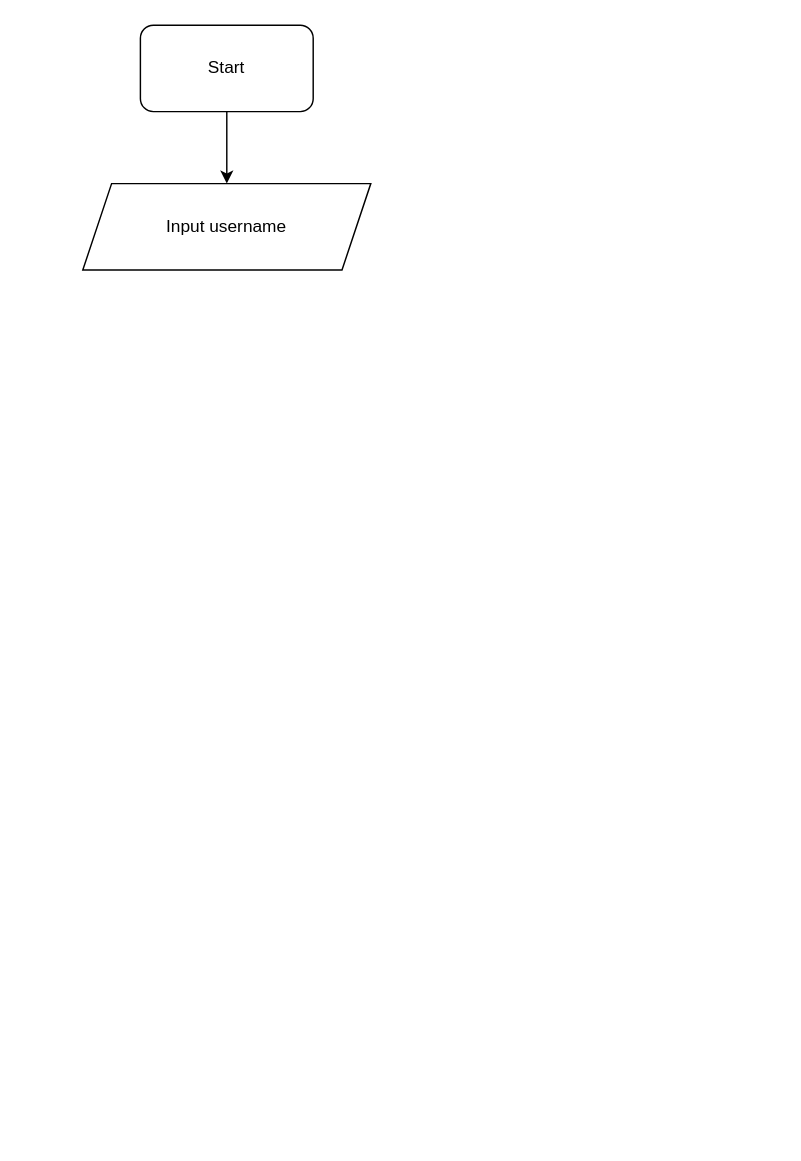
Before: page "Log in" (2 of 2) of Untitled Diagram.drawio in Mydiman/SBA_6C_03, a draw.io diagram. Source tidied: cells renumbered, new cells numbered last; positions are measured from the earlier drawing's top-left corner, leaving out a move shared by most shapes. Both pictures are drawn from the tidied source at 144%, with x=0, y=0 at pixel (82, 24).
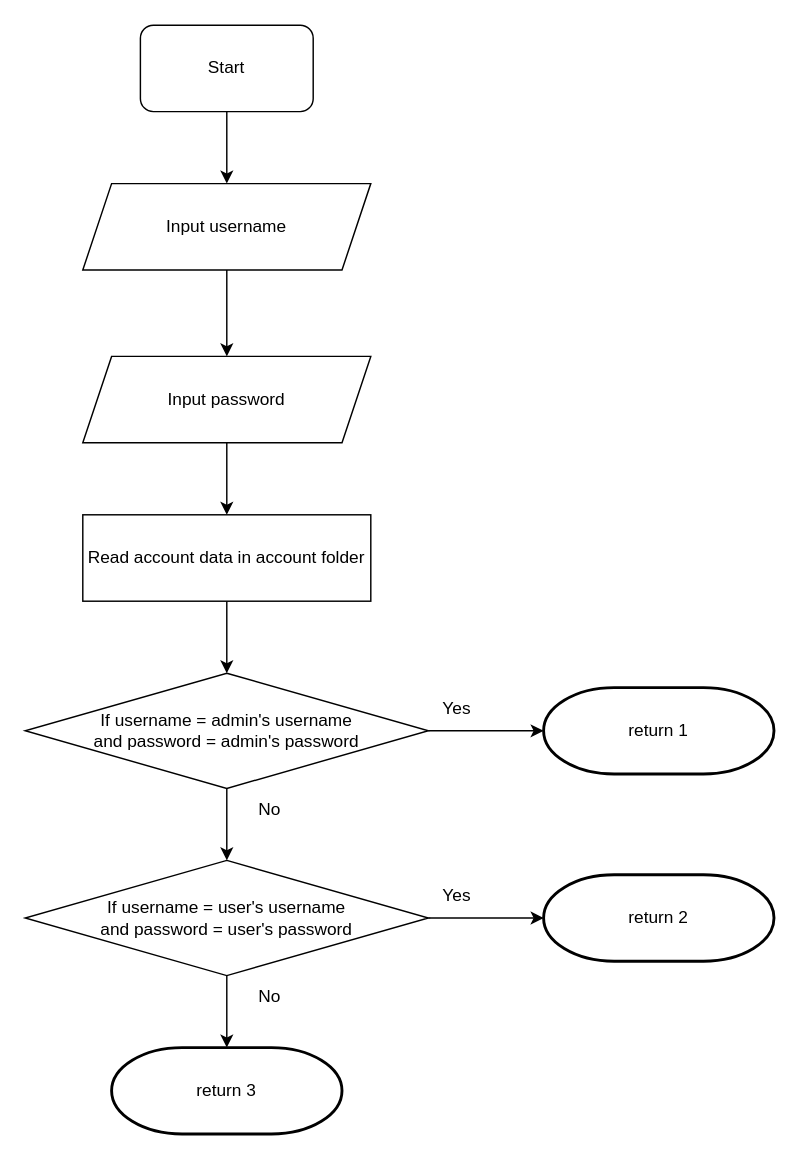
The same page after the edit.

The change refers to these unchanged cells:
```xml
<mxCell id="4" value="Input username" style="shape=parallelogram;perimeter=parallelogramPerimeter;whiteSpace=wrap;html=1;fixedSize=1;" parent="1" vertex="1">
  <mxGeometry y="110" width="200" height="60" as="geometry" />
</mxCell>
```

What changed in the source:
```diff
@@
+    <mxCell id="5" style="edgeStyle=orthogonalEdgeStyle;rounded=0;jettySize=auto;html=1;" parent="1" edge="1" source="4" target="7">
+      <mxGeometry relative="1" as="geometry" />
+    </mxCell>
@@
+    <mxCell id="6" style="edgeStyle=orthogonalEdgeStyle;rounded=0;jettySize=auto;html=1;" parent="1" edge="1" source="7" target="9">
+      <mxGeometry relative="1" as="geometry" />
+    </mxCell>
+    <mxCell id="7" value="Input password" style="shape=parallelogram;perimeter=parallelogramPerimeter;whiteSpace=wrap;html=1;fixedSize=1;" parent="1" vertex="1">
+      <mxGeometry y="230" width="200" height="60" as="geometry" />
+    </mxCell>
+    <mxCell id="8" style="edgeStyle=orthogonalEdgeStyle;rounded=0;jettySize=auto;html=1;" parent="1" edge="1" source="9" target="12">
+      <mxGeometry relative="1" as="geometry" />
+    </mxCell>
+    <mxCell id="9" value="Read account data in account folder" style="rounded=0;whiteSpace=wrap;html=1;" parent="1" vertex="1">
+      <mxGeometry y="340" width="200" height="60" as="geometry" />
+    </mxCell>
+    <mxCell id="10" style="edgeStyle=orthogonalEdgeStyle;rounded=0;jettySize=auto;html=1;" parent="1" edge="1" source="12" target="13">
+      <mxGeometry relative="1" as="geometry" />
+    </mxCell>
+    <mxCell id="11" style="edgeStyle=orthogonalEdgeStyle;rounded=0;jettySize=auto;html=1;" parent="1" edge="1" source="12" target="15">
+      <mxGeometry relative="1" as="geometry" />
+    </mxCell>
+    <mxCell id="12" value="If username = admin's username&lt;br&gt;and password = admin's password" style="rhombus;whiteSpace=wrap;html=1;" parent="1" vertex="1">
+      <mxGeometry x="-40" y="450" width="280" height="80" as="geometry" />
+    </mxCell>
+    <mxCell id="13" value="return 1" style="strokeWidth=2;html=1;shape=mxgraph.flowchart.terminator;whiteSpace=wrap;" parent="1" vertex="1">
+      <mxGeometry x="320" y="460" width="160" height="60" as="geometry" />
+    </mxCell>
+    <mxCell id="14" value="Yes" style="text;html=1;strokeColor=none;fillColor=none;align=center;verticalAlign=middle;whiteSpace=wrap;rounded=0;" parent="1" vertex="1">
+      <mxGeometry x="230" y="460" width="60" height="30" as="geometry" />
+    </mxCell>
+    <mxCell id="15" value="If username = user's username&lt;br&gt;and password = user's password" style="rhombus;whiteSpace=wrap;html=1;" parent="1" vertex="1">
+      <mxGeometry x="-40" y="580" width="280" height="80" as="geometry" />
+    </mxCell>
+    <mxCell id="16" style="endArrow=classic;html=1;rounded=0;exitX=1;exitY=0.5;exitDx=0;exitDy=0;" parent="1" edge="1" source="15">
+      <mxGeometry relative="1" as="geometry">
+        <mxPoint x="320" y="620" as="targetPoint" />
+      </mxGeometry>
+    </mxCell>
+    <mxCell id="17" value="return 2" style="strokeWidth=2;html=1;shape=mxgraph.flowchart.terminator;whiteSpace=wrap;" parent="1" vertex="1">
+      <mxGeometry x="320" y="590" width="160" height="60" as="geometry" />
+    </mxCell>
+    <mxCell id="18" value="Yes" style="text;html=1;strokeColor=none;fillColor=none;align=center;verticalAlign=middle;whiteSpace=wrap;rounded=0;" parent="1" vertex="1">
+      <mxGeometry x="230" y="590" width="60" height="30" as="geometry" />
+    </mxCell>
+    <mxCell id="19" value="No" style="text;html=1;strokeColor=none;fillColor=none;align=center;verticalAlign=middle;whiteSpace=wrap;rounded=0;" parent="1" vertex="1">
+      <mxGeometry x="100" y="530" width="60" height="30" as="geometry" />
+    </mxCell>
+    <mxCell id="20" value="No" style="text;html=1;strokeColor=none;fillColor=none;align=center;verticalAlign=middle;whiteSpace=wrap;rounded=0;" parent="1" vertex="1">
+      <mxGeometry x="100" y="660" width="60" height="30" as="geometry" />
+    </mxCell>
+    <mxCell id="21" value="return 3" style="strokeWidth=2;html=1;shape=mxgraph.flowchart.terminator;whiteSpace=wrap;" parent="1" vertex="1">
+      <mxGeometry x="20" y="710" width="160" height="60" as="geometry" />
+    </mxCell>
+    <mxCell id="22" style="endArrow=classic;html=1;rounded=0;exitX=0.5;exitY=1;exitDx=0;exitDy=0;entryX=0.5;entryY=0;entryDx=0;entryDy=0;entryPerimeter=0;" parent="1" edge="1" source="15" target="21">
+      <mxGeometry relative="1" as="geometry" />
+    </mxCell>
```
